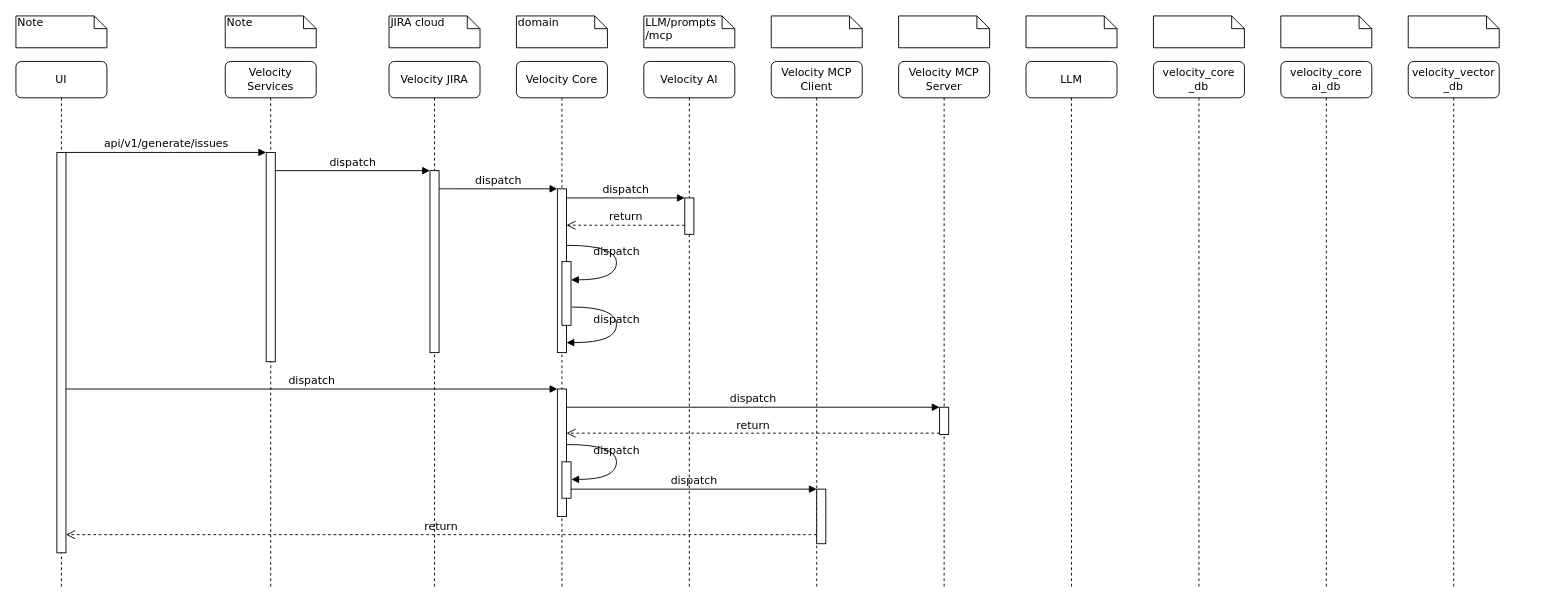
This is generate-epics-stories-grs-sequence.drawio from jonny-dungeons/diagrams, a draw.io file, before an edit. Source tidied: cells renumbered, new cells numbered last; positions are measured from the earlier drawing's top-left corner, leaving out a move shared by most shapes. Both pictures are drawn from the tidied source at 91%, with x=0, y=0 at pixel (15, 15).
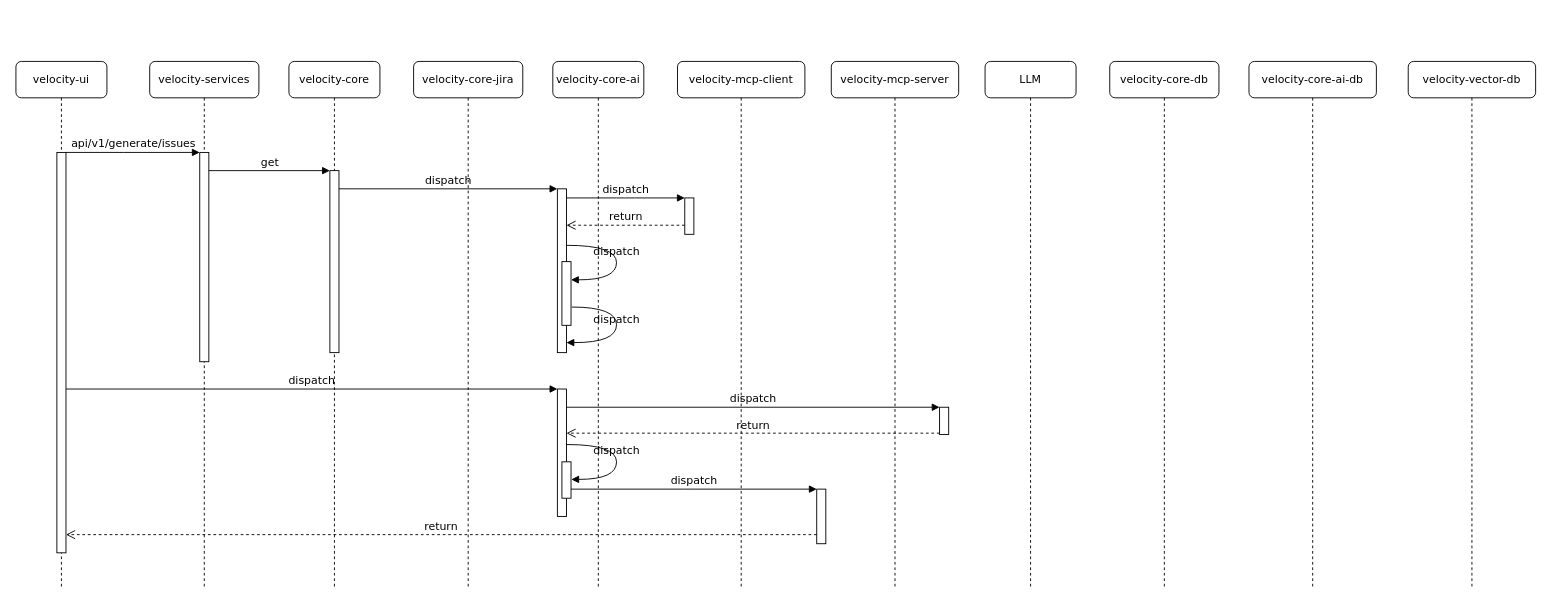
The same diagram, later.

Unchanged cells that the change refers to:
```xml
<mxCell id="5" style="html=1;points=[];perimeter=orthogonalPerimeter;rounded=0;shadow=0;comic=0;labelBackgroundColor=none;strokeWidth=1;fontFamily=Verdana;fontSize=12;align=center;" parent="4" vertex="1">
  <mxGeometry x="45" y="120" width="10" height="200" as="geometry" />
</mxCell>
```

The edit, as a diff of the source:
```diff
@@
-    <mxCell id="2" value="Velocity Services" style="shape=umlLifeline;perimeter=lifelinePerimeter;whiteSpace=wrap;html=1;rounded=1;shadow=0;comic=0;labelBackgroundColor=none;strokeWidth=1;fontFamily=Verdana;fontSize=12;align=center;" parent="1" vertex="1">
-      <mxGeometry x="230" y="50" width="100" height="580" as="geometry" />
+    <mxCell id="2" value="velocity-services" style="shape=umlLifeline;perimeter=lifelinePerimeter;whiteSpace=wrap;html=1;rounded=1;shadow=0;comic=0;labelBackgroundColor=none;strokeWidth=1;fontFamily=Verdana;fontSize=12;align=center;" parent="1" vertex="1">
+      <mxGeometry x="147" y="50" width="120" height="580" as="geometry" />
     </mxCell>
     <mxCell id="3" style="html=1;points=[];perimeter=orthogonalPerimeter;rounded=0;shadow=0;comic=0;labelBackgroundColor=none;strokeWidth=1;fontFamily=Verdana;fontSize=12;align=center;" parent="2" vertex="1">
-      <mxGeometry x="45" y="100" width="10" height="230" as="geometry" />
+      <mxGeometry x="55" y="100" width="10" height="230" as="geometry" />
     </mxCell>
-    <mxCell id="4" value="Velocity JIRA" style="shape=umlLifeline;perimeter=lifelinePerimeter;whiteSpace=wrap;html=1;rounded=1;shadow=0;comic=0;labelBackgroundColor=none;strokeWidth=1;fontFamily=Verdana;fontSize=12;align=center;" parent="1" vertex="1">
-      <mxGeometry x="410" y="50" width="100" height="580" as="geometry" />
+    <mxCell id="4" value="velocity-core" style="shape=umlLifeline;perimeter=lifelinePerimeter;whiteSpace=wrap;html=1;rounded=1;shadow=0;comic=0;labelBackgroundColor=none;strokeWidth=1;fontFamily=Verdana;fontSize=12;align=center;" parent="1" vertex="1">
+      <mxGeometry x="300" y="50" width="100" height="580" as="geometry" />
     </mxCell>
@@
-    <mxCell id="6" value="Velocity Core" style="shape=umlLifeline;perimeter=lifelinePerimeter;whiteSpace=wrap;html=1;rounded=1;shadow=0;comic=0;labelBackgroundColor=none;strokeWidth=1;fontFamily=Verdana;fontSize=12;align=center;" parent="1" vertex="1">
-      <mxGeometry x="550" y="50" width="100" height="580" as="geometry" />
+    <mxCell id="6" value="velocity-core-jira" style="shape=umlLifeline;perimeter=lifelinePerimeter;whiteSpace=wrap;html=1;rounded=1;shadow=0;comic=0;labelBackgroundColor=none;strokeWidth=1;fontFamily=Verdana;fontSize=12;align=center;" parent="1" vertex="1">
+      <mxGeometry x="437" y="50" width="120" height="580" as="geometry" />
     </mxCell>
-    <mxCell id="7" value="Velocity AI" style="shape=umlLifeline;perimeter=lifelinePerimeter;whiteSpace=wrap;html=1;rounded=1;shadow=0;comic=0;labelBackgroundColor=none;strokeWidth=1;fontFamily=Verdana;fontSize=12;align=center;" parent="1" vertex="1">
-      <mxGeometry x="690" y="50" width="100" height="580" as="geometry" />
+    <mxCell id="7" value="velocity-core-ai" style="shape=umlLifeline;perimeter=lifelinePerimeter;whiteSpace=wrap;html=1;rounded=1;shadow=0;comic=0;labelBackgroundColor=none;strokeWidth=1;fontFamily=Verdana;fontSize=12;align=center;" parent="1" vertex="1">
+      <mxGeometry x="590" y="50" width="100" height="580" as="geometry" />
     </mxCell>
-    <mxCell id="8" value="Velocity MCP Client" style="shape=umlLifeline;perimeter=lifelinePerimeter;whiteSpace=wrap;html=1;rounded=1;shadow=0;comic=0;labelBackgroundColor=none;strokeWidth=1;fontFamily=Verdana;fontSize=12;align=center;" parent="1" vertex="1">
-      <mxGeometry x="830" y="50" width="100" height="580" as="geometry" />
+    <mxCell id="8" value="velocity-mcp-client" style="shape=umlLifeline;perimeter=lifelinePerimeter;whiteSpace=wrap;html=1;rounded=1;shadow=0;comic=0;labelBackgroundColor=none;strokeWidth=1;fontFamily=Verdana;fontSize=12;align=center;" parent="1" vertex="1">
+      <mxGeometry x="727" y="50" width="140" height="580" as="geometry" />
     </mxCell>
-    <mxCell id="9" value="Velocity MCP Server" style="shape=umlLifeline;perimeter=lifelinePerimeter;whiteSpace=wrap;html=1;rounded=1;shadow=0;comic=0;labelBackgroundColor=none;strokeWidth=1;fontFamily=Verdana;fontSize=12;align=center;" parent="1" vertex="1">
-      <mxGeometry x="970" y="50" width="100" height="580" as="geometry" />
+    <mxCell id="9" value="velocity-mcp-server" style="shape=umlLifeline;perimeter=lifelinePerimeter;whiteSpace=wrap;html=1;rounded=1;shadow=0;comic=0;labelBackgroundColor=none;strokeWidth=1;fontFamily=Verdana;fontSize=12;align=center;" parent="1" vertex="1">
+      <mxGeometry x="896" y="50" width="140" height="580" as="geometry" />
     </mxCell>
-    <mxCell id="10" value="UI" style="shape=umlLifeline;perimeter=lifelinePerimeter;whiteSpace=wrap;html=1;rounded=1;shadow=0;comic=0;labelBackgroundColor=none;strokeWidth=1;fontFamily=Verdana;fontSize=12;align=center;" parent="1" vertex="1">
+    <mxCell id="10" value="velocity-ui" style="shape=umlLifeline;perimeter=lifelinePerimeter;whiteSpace=wrap;html=1;rounded=1;shadow=0;comic=0;labelBackgroundColor=none;strokeWidth=1;fontFamily=Verdana;fontSize=12;align=center;" parent="1" vertex="1">
       <mxGeometry y="50" width="100" height="580" as="geometry" />
     </mxCell>
@@
-    <mxCell id="26" value="dispatch" style="html=1;verticalAlign=bottom;endArrow=block;entryX=0;entryY=0;labelBackgroundColor=none;fontFamily=Verdana;fontSize=12;edgeStyle=elbowEdgeStyle;elbow=vertical;" parent="1" edge="1" source="3" target="5">
+    <mxCell id="26" value="get" style="html=1;verticalAlign=bottom;endArrow=block;entryX=0;entryY=0;labelBackgroundColor=none;fontFamily=Verdana;fontSize=12;edgeStyle=elbowEdgeStyle;elbow=vertical;" parent="1" edge="1" source="3" target="5">
       <mxGeometry relative="1" as="geometry" />
     </mxCell>
@@
-    <mxCell id="32" value="Note" style="shape=note;whiteSpace=wrap;html=1;size=14;verticalAlign=top;align=left;spacingTop=-6;rounded=0;shadow=0;comic=0;labelBackgroundColor=none;strokeWidth=1;fontFamily=Verdana;fontSize=12;" parent="1" vertex="1">
-      <mxGeometry width="100" height="35" as="geometry" />
-    </mxCell>
-    <mxCell id="33" value="Note" style="shape=note;whiteSpace=wrap;html=1;size=14;verticalAlign=top;align=left;spacingTop=-6;rounded=0;shadow=0;comic=0;labelBackgroundColor=none;strokeWidth=1;fontFamily=Verdana;fontSize=12;" parent="1" vertex="1">
-      <mxGeometry x="230" width="100" height="35" as="geometry" />
-    </mxCell>
-    <mxCell id="34" value="&lt;div&gt;JIRA cloud&lt;/div&gt;" style="shape=note;whiteSpace=wrap;html=1;size=14;verticalAlign=top;align=left;spacingTop=-6;rounded=0;shadow=0;comic=0;labelBackgroundColor=none;strokeWidth=1;fontFamily=Verdana;fontSize=12;" parent="1" vertex="1">
-      <mxGeometry x="410" width="100" height="35" as="geometry" />
-    </mxCell>
-    <mxCell id="35" value="domain" style="shape=note;whiteSpace=wrap;html=1;size=14;verticalAlign=top;align=left;spacingTop=-6;rounded=0;shadow=0;comic=0;labelBackgroundColor=none;strokeWidth=1;fontFamily=Verdana;fontSize=12;" parent="1" vertex="1">
-      <mxGeometry x="550" width="100" height="35" as="geometry" />
-    </mxCell>
-    <mxCell id="36" value="LLM/prompts&lt;div&gt;/mcp&lt;/div&gt;" style="shape=note;whiteSpace=wrap;html=1;size=14;verticalAlign=top;align=left;spacingTop=-6;rounded=0;shadow=0;comic=0;labelBackgroundColor=none;strokeWidth=1;fontFamily=Verdana;fontSize=12;" parent="1" vertex="1">
-      <mxGeometry x="690" width="100" height="35" as="geometry" />
-    </mxCell>
-    <mxCell id="37" style="shape=note;whiteSpace=wrap;html=1;size=14;verticalAlign=top;align=left;spacingTop=-6;rounded=0;shadow=0;comic=0;labelBackgroundColor=none;strokeWidth=1;fontFamily=Verdana;fontSize=12;" parent="1" vertex="1">
-      <mxGeometry x="830" width="100" height="35" as="geometry" />
-    </mxCell>
-    <mxCell id="38" style="shape=note;whiteSpace=wrap;html=1;size=14;verticalAlign=top;align=left;spacingTop=-6;rounded=0;shadow=0;comic=0;labelBackgroundColor=none;strokeWidth=1;fontFamily=Verdana;fontSize=12;" parent="1" vertex="1">
-      <mxGeometry x="970" width="100" height="35" as="geometry" />
-    </mxCell>
     <mxCell id="39" value="LLM" style="shape=umlLifeline;perimeter=lifelinePerimeter;whiteSpace=wrap;html=1;rounded=1;shadow=0;comic=0;labelBackgroundColor=none;strokeWidth=1;fontFamily=Verdana;fontSize=12;align=center;" parent="1" vertex="1">
-      <mxGeometry x="1110" y="50" width="100" height="580" as="geometry" />
+      <mxGeometry x="1065" y="50" width="100" height="580" as="geometry" />
     </mxCell>
-    <mxCell id="40" style="shape=note;whiteSpace=wrap;html=1;size=14;verticalAlign=top;align=left;spacingTop=-6;rounded=0;shadow=0;comic=0;labelBackgroundColor=none;strokeWidth=1;fontFamily=Verdana;fontSize=12;" parent="1" vertex="1">
-      <mxGeometry x="1110" width="100" height="35" as="geometry" />
-    </mxCell>
-    <mxCell id="41" value="velocity_core&lt;div&gt;_db&lt;/div&gt;" style="shape=umlLifeline;perimeter=lifelinePerimeter;whiteSpace=wrap;html=1;rounded=1;shadow=0;comic=0;labelBackgroundColor=none;strokeWidth=1;fontFamily=Verdana;fontSize=12;align=center;" parent="1" vertex="1">
-      <mxGeometry x="1250" y="50" width="100" height="580" as="geometry" />
+    <mxCell id="41" value="velocity-core-db" style="shape=umlLifeline;perimeter=lifelinePerimeter;whiteSpace=wrap;html=1;rounded=1;shadow=0;comic=0;labelBackgroundColor=none;strokeWidth=1;fontFamily=Verdana;fontSize=12;align=center;" parent="1" vertex="1">
+      <mxGeometry x="1202" y="50" width="120" height="580" as="geometry" />
     </mxCell>
-    <mxCell id="42" style="shape=note;whiteSpace=wrap;html=1;size=14;verticalAlign=top;align=left;spacingTop=-6;rounded=0;shadow=0;comic=0;labelBackgroundColor=none;strokeWidth=1;fontFamily=Verdana;fontSize=12;" parent="1" vertex="1">
-      <mxGeometry x="1250" width="100" height="35" as="geometry" />
-    </mxCell>
-    <mxCell id="43" value="velocity_core&lt;div&gt;ai_db&lt;/div&gt;" style="shape=umlLifeline;perimeter=lifelinePerimeter;whiteSpace=wrap;html=1;rounded=1;shadow=0;comic=0;labelBackgroundColor=none;strokeWidth=1;fontFamily=Verdana;fontSize=12;align=center;" parent="1" vertex="1">
-      <mxGeometry x="1390" y="50" width="100" height="580" as="geometry" />
+    <mxCell id="43" value="velocity-core-ai-db" style="shape=umlLifeline;perimeter=lifelinePerimeter;whiteSpace=wrap;html=1;rounded=1;shadow=0;comic=0;labelBackgroundColor=none;strokeWidth=1;fontFamily=Verdana;fontSize=12;align=center;" parent="1" vertex="1">
+      <mxGeometry x="1355" y="50" width="140" height="580" as="geometry" />
     </mxCell>
-    <mxCell id="44" style="shape=note;whiteSpace=wrap;html=1;size=14;verticalAlign=top;align=left;spacingTop=-6;rounded=0;shadow=0;comic=0;labelBackgroundColor=none;strokeWidth=1;fontFamily=Verdana;fontSize=12;" parent="1" vertex="1">
-      <mxGeometry x="1390" width="100" height="35" as="geometry" />
-    </mxCell>
-    <mxCell id="45" value="velocity_vector&lt;div&gt;_db&lt;/div&gt;" style="shape=umlLifeline;perimeter=lifelinePerimeter;whiteSpace=wrap;html=1;rounded=1;shadow=0;comic=0;labelBackgroundColor=none;strokeWidth=1;fontFamily=Verdana;fontSize=12;align=center;" parent="1" vertex="1">
-      <mxGeometry x="1530" y="50" width="100" height="580" as="geometry" />
+    <mxCell id="45" value="velocity-vector-db" style="shape=umlLifeline;perimeter=lifelinePerimeter;whiteSpace=wrap;html=1;rounded=1;shadow=0;comic=0;labelBackgroundColor=none;strokeWidth=1;fontFamily=Verdana;fontSize=12;align=center;" parent="1" vertex="1">
+      <mxGeometry x="1530" y="50" width="140" height="580" as="geometry" />
     </mxCell>
-    <mxCell id="46" style="shape=note;whiteSpace=wrap;html=1;size=14;verticalAlign=top;align=left;spacingTop=-6;rounded=0;shadow=0;comic=0;labelBackgroundColor=none;strokeWidth=1;fontFamily=Verdana;fontSize=12;" parent="1" vertex="1">
-      <mxGeometry x="1530" width="100" height="35" as="geometry" />
-    </mxCell>
```
